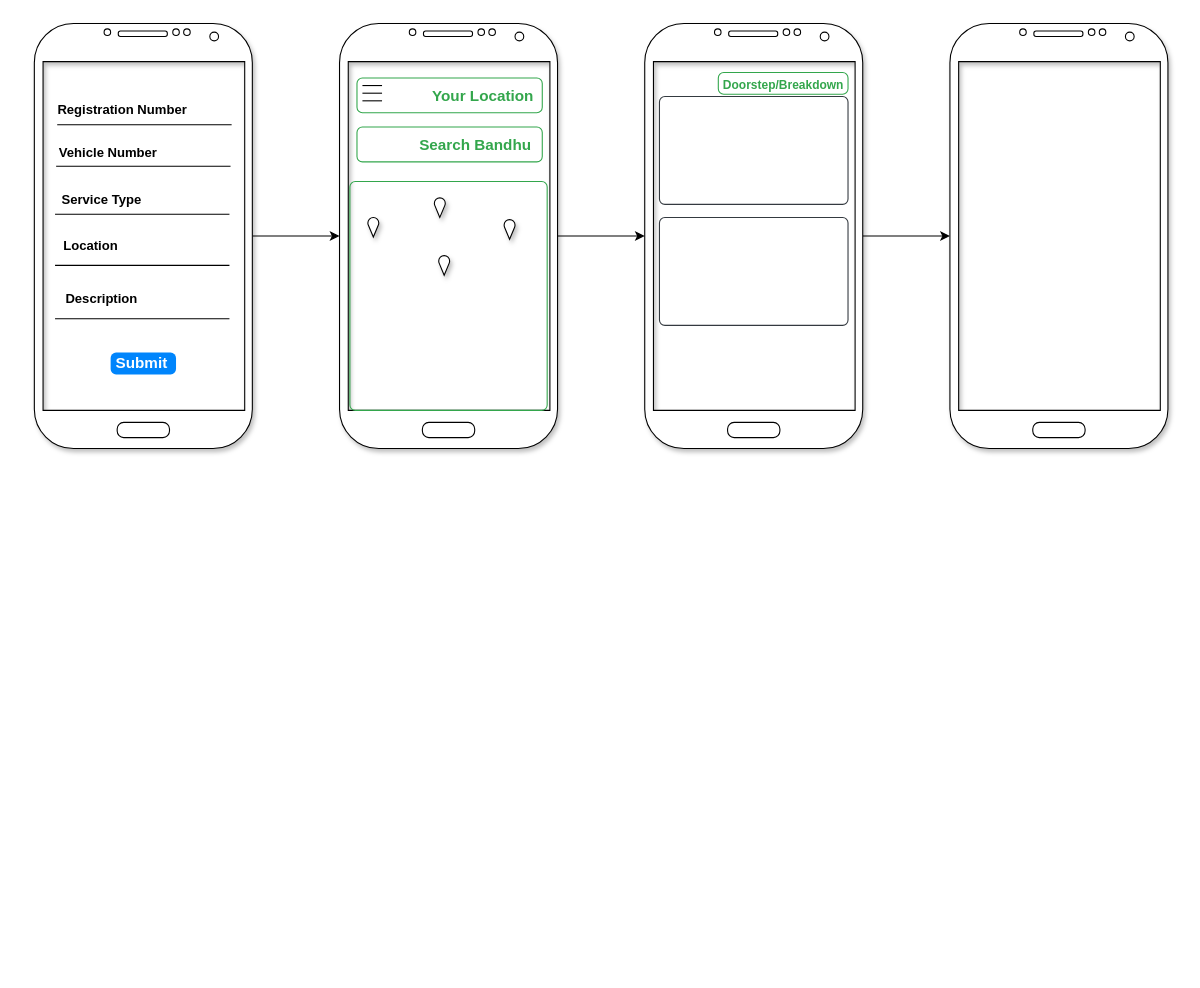
Before: Untitled Diagram.drawio in YashikMendon99/taskinductionday2, a draw.io diagram. Source tidied: cells renumbered, new cells numbered last; positions are measured from the earlier drawing's top-left corner, leaving out a move shared by most shapes. Both pictures are drawn from the tidied source at 109%, with x=0, y=0 at pixel (23, 23).
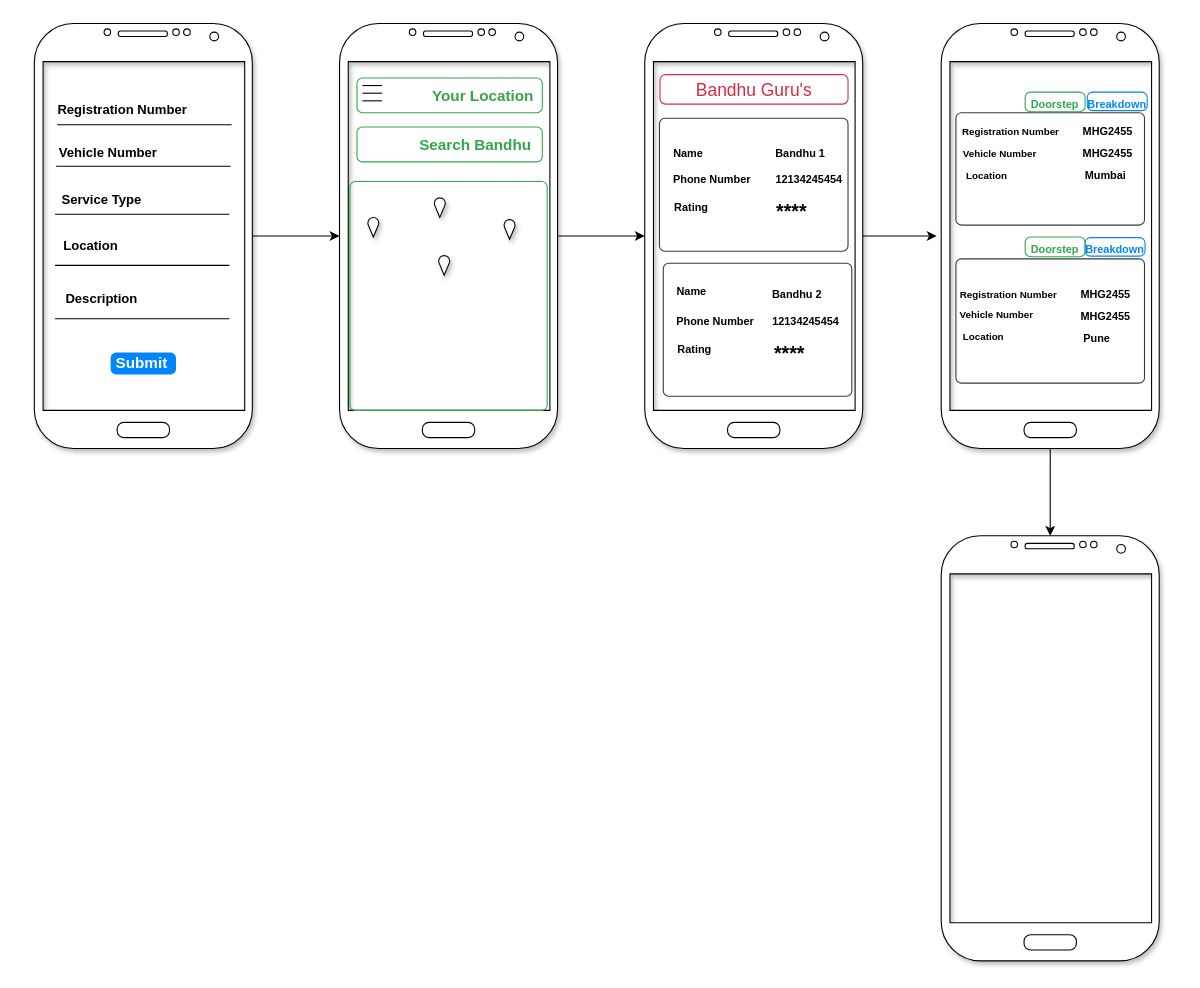
The same diagram, later.

The change refers to these unchanged cells:
```xml
<mxCell id="7" style="verticalLabelPosition=bottom;verticalAlign=top;html=1;shadow=1;dashed=0;strokeWidth=1;shape=mxgraph.android.phone2;strokeColor=#000000;" parent="1" vertex="1">
  <mxGeometry x="570" width="200" height="390" as="geometry" />
</mxCell>
```

What changed in the source:
```diff
@@
-    <mxCell id="6" style="edgeStyle=orthogonalEdgeStyle;rounded=0;jettySize=auto;html=1;fontSize=14;" parent="1" edge="1" source="7" target="25">
-      <mxGeometry relative="1" as="geometry" />
-    </mxCell>
+    <mxCell id="33" style="edgeStyle=orthogonalEdgeStyle;rounded=0;jettySize=auto;html=1;fontSize=9;entryX=-0.021;entryY=0.5;entryDx=0;entryDy=0;entryPerimeter=0;" parent="1" edge="1" source="7" target="36">
+      <mxGeometry relative="1" as="geometry" />
+    </mxCell>
@@
-    <mxCell id="25" style="verticalLabelPosition=bottom;verticalAlign=top;html=1;shadow=1;dashed=0;strokeWidth=1;shape=mxgraph.android.phone2;strokeColor=#000000;" parent="1" vertex="1">
-      <mxGeometry x="850" width="200" height="390" as="geometry" />
-    </mxCell>
@@
     <mxCell id="30" style="html=1;shadow=0;dashed=0;shape=mxgraph.bootstrap.rrect;rSize=5;strokeColor=#343A40;strokeWidth=1;fillColor=none;fontColor=#343A40;whiteSpace=wrap;align=center;verticalAlign=middle;spacingLeft=0;fontStyle=0;fontSize=16;spacing=5;" parent="1" vertex="1">
-      <mxGeometry x="583.5" y="67" width="173" height="99" as="geometry" />
+      <mxGeometry x="855.5" y="82" width="173" height="103" as="geometry" />
     </mxCell>
     <mxCell id="31" style="html=1;shadow=0;dashed=0;shape=mxgraph.bootstrap.rrect;rSize=5;strokeColor=#343A40;strokeWidth=1;fillColor=none;fontColor=#343A40;whiteSpace=wrap;align=center;verticalAlign=middle;spacingLeft=0;fontStyle=0;fontSize=16;spacing=5;" parent="1" vertex="1">
-      <mxGeometry x="583.5" y="178" width="173" height="99" as="geometry" />
+      <mxGeometry x="855.5" y="216" width="173" height="114" as="geometry" />
     </mxCell>
-    <mxCell id="32" value="&lt;font style=&quot;font-size: 11px;&quot;&gt;&lt;b&gt;Doorstep/Breakdown&lt;/b&gt;&lt;/font&gt;" style="html=1;shadow=0;dashed=0;shape=mxgraph.bootstrap.rrect;rSize=5;strokeColor=#33A64C;strokeWidth=1;fillColor=none;fontColor=#33A64C;whiteSpace=wrap;align=center;verticalAlign=middle;spacingLeft=0;fontStyle=0;fontSize=16;spacing=5;" parent="1" vertex="1">
-      <mxGeometry x="637.5" y="45" width="119" height="20" as="geometry" />
+    <mxCell id="32" value="&lt;font style=&quot;font-size: 10px;&quot;&gt;&lt;b style=&quot;&quot;&gt;Doorstep&lt;/b&gt;&lt;/font&gt;" style="html=1;shadow=0;dashed=0;shape=mxgraph.bootstrap.rrect;rSize=5;strokeColor=#33A64C;strokeWidth=1;fillColor=none;fontColor=#33A64C;whiteSpace=wrap;align=center;verticalAlign=middle;spacingLeft=0;fontStyle=0;fontSize=16;spacing=5;" parent="1" vertex="1">
+      <mxGeometry x="919" y="63" width="55" height="18" as="geometry" />
     </mxCell>
+    <mxCell id="34" value="&lt;font style=&quot;font-size: 10px;&quot;&gt;&lt;b&gt;Breakdown&lt;/b&gt;&lt;/font&gt;" style="html=1;shadow=0;dashed=0;shape=mxgraph.bootstrap.rrect;rSize=5;strokeColor=#0085FC;strokeWidth=1;fillColor=none;fontColor=#0085FC;whiteSpace=wrap;align=center;verticalAlign=middle;spacingLeft=0;fontStyle=0;fontSize=16;spacing=5;" parent="1" vertex="1">
+      <mxGeometry x="974" y="196.5" width="55" height="17" as="geometry" />
+    </mxCell>
+    <mxCell id="35" style="edgeStyle=orthogonalEdgeStyle;rounded=0;jettySize=auto;html=1;fontSize=9;" parent="1" edge="1" source="36" target="66">
+      <mxGeometry relative="1" as="geometry" />
+    </mxCell>
+    <mxCell id="36" style="verticalLabelPosition=bottom;verticalAlign=top;html=1;shadow=1;dashed=0;strokeWidth=1;shape=mxgraph.android.phone2;strokeColor=#000000;" parent="1" vertex="1">
+      <mxGeometry x="842" width="200" height="390" as="geometry" />
+    </mxCell>
+    <mxCell id="37" style="html=1;shadow=0;dashed=0;shape=mxgraph.bootstrap.rrect;rSize=5;strokeColor=#343A40;strokeWidth=1;fillColor=none;fontColor=#343A40;whiteSpace=wrap;align=center;verticalAlign=middle;spacingLeft=0;fontStyle=0;fontSize=16;spacing=5;" parent="1" vertex="1">
+      <mxGeometry x="583.5" y="87" width="173" height="122" as="geometry" />
+    </mxCell>
+    <mxCell id="38" value="Bandhu Guru's" style="html=1;shadow=0;dashed=0;shape=mxgraph.bootstrap.rrect;rSize=5;strokeColor=#DB2843;strokeWidth=1;fillColor=none;fontColor=#DB2843;whiteSpace=wrap;align=center;verticalAlign=middle;spacingLeft=0;fontStyle=0;fontSize=16;spacing=5;" parent="1" vertex="1">
+      <mxGeometry x="584" y="47" width="172.5" height="27" as="geometry" />
+    </mxCell>
+    <mxCell id="39" value="&lt;b&gt;&lt;font style=&quot;font-size: 10px;&quot;&gt;Name&amp;nbsp;&amp;nbsp;&lt;/font&gt;&lt;/b&gt;" style="text;html=1;strokeColor=none;fillColor=none;align=center;verticalAlign=middle;whiteSpace=wrap;rounded=0;shadow=1;" parent="1" vertex="1">
+      <mxGeometry x="551" y="104" width="124" height="30" as="geometry" />
+    </mxCell>
+    <mxCell id="40" value="&lt;b&gt;&lt;font style=&quot;font-size: 10px;&quot;&gt;Phone Number&lt;/font&gt;&lt;/b&gt;" style="text;html=1;strokeColor=none;fillColor=none;align=center;verticalAlign=middle;whiteSpace=wrap;rounded=0;shadow=1;" parent="1" vertex="1">
+      <mxGeometry x="570" y="128" width="124" height="30" as="geometry" />
+    </mxCell>
+    <mxCell id="41" value="&lt;b&gt;&lt;font style=&quot;font-size: 10px;&quot;&gt;Rating&lt;/font&gt;&lt;/b&gt;" style="text;html=1;strokeColor=none;fillColor=none;align=center;verticalAlign=middle;whiteSpace=wrap;rounded=0;shadow=1;" parent="1" vertex="1">
+      <mxGeometry x="551" y="154" width="124" height="30" as="geometry" />
+    </mxCell>
+    <mxCell id="42" value="&lt;b&gt;&lt;font style=&quot;font-size: 10px;&quot;&gt;Bandhu 1&lt;/font&gt;&lt;/b&gt;" style="text;html=1;strokeColor=none;fillColor=none;align=center;verticalAlign=middle;whiteSpace=wrap;rounded=0;shadow=1;" parent="1" vertex="1">
+      <mxGeometry x="651" y="104" width="124" height="30" as="geometry" />
+    </mxCell>
+    <mxCell id="43" value="&lt;b&gt;&lt;font style=&quot;font-size: 10px;&quot;&gt;12134245454&lt;/font&gt;&lt;/b&gt;" style="text;html=1;strokeColor=none;fillColor=none;align=center;verticalAlign=middle;whiteSpace=wrap;rounded=0;shadow=1;" parent="1" vertex="1">
+      <mxGeometry x="659" y="128" width="124" height="30" as="geometry" />
+    </mxCell>
+    <mxCell id="44" value="&lt;b style=&quot;&quot;&gt;&lt;font style=&quot;font-size: 18px;&quot;&gt;****&lt;/font&gt;&lt;/b&gt;" style="text;html=1;strokeColor=none;fillColor=none;align=center;verticalAlign=middle;whiteSpace=wrap;rounded=0;shadow=1;" parent="1" vertex="1">
+      <mxGeometry x="643" y="158" width="124" height="30" as="geometry" />
+    </mxCell>
+    <mxCell id="45" style="html=1;shadow=0;dashed=0;shape=mxgraph.bootstrap.rrect;rSize=5;strokeColor=#343A40;strokeWidth=1;fillColor=none;fontColor=#343A40;whiteSpace=wrap;align=center;verticalAlign=middle;spacingLeft=0;fontStyle=0;fontSize=16;spacing=5;" parent="1" vertex="1">
+      <mxGeometry x="587" y="220" width="173" height="122" as="geometry" />
+    </mxCell>
+    <mxCell id="46" value="&lt;b&gt;&lt;font style=&quot;font-size: 10px;&quot;&gt;Name&amp;nbsp;&amp;nbsp;&lt;/font&gt;&lt;/b&gt;" style="text;html=1;strokeColor=none;fillColor=none;align=center;verticalAlign=middle;whiteSpace=wrap;rounded=0;shadow=1;" parent="1" vertex="1">
+      <mxGeometry x="554" y="231" width="124" height="30" as="geometry" />
+    </mxCell>
+    <mxCell id="47" value="&lt;b&gt;&lt;font style=&quot;font-size: 10px;&quot;&gt;Phone Number&lt;/font&gt;&lt;/b&gt;" style="text;html=1;strokeColor=none;fillColor=none;align=center;verticalAlign=middle;whiteSpace=wrap;rounded=0;shadow=1;" parent="1" vertex="1">
+      <mxGeometry x="573" y="258" width="124" height="30" as="geometry" />
+    </mxCell>
+    <mxCell id="48" value="&lt;b&gt;&lt;font style=&quot;font-size: 10px;&quot;&gt;Rating&lt;/font&gt;&lt;/b&gt;" style="text;html=1;strokeColor=none;fillColor=none;align=center;verticalAlign=middle;whiteSpace=wrap;rounded=0;shadow=1;" parent="1" vertex="1">
+      <mxGeometry x="554" y="284" width="124" height="30" as="geometry" />
+    </mxCell>
+    <mxCell id="49" value="&lt;b&gt;&lt;font style=&quot;font-size: 10px;&quot;&gt;Bandhu 2&lt;/font&gt;&lt;/b&gt;" style="text;html=1;strokeColor=none;fillColor=none;align=center;verticalAlign=middle;whiteSpace=wrap;rounded=0;shadow=1;" parent="1" vertex="1">
+      <mxGeometry x="648" y="233" width="124" height="30" as="geometry" />
+    </mxCell>
+    <mxCell id="50" value="&lt;b&gt;&lt;font style=&quot;font-size: 10px;&quot;&gt;12134245454&lt;/font&gt;&lt;/b&gt;" style="text;html=1;strokeColor=none;fillColor=none;align=center;verticalAlign=middle;whiteSpace=wrap;rounded=0;shadow=1;" parent="1" vertex="1">
+      <mxGeometry x="656" y="258" width="124" height="30" as="geometry" />
+    </mxCell>
+    <mxCell id="51" value="&lt;b style=&quot;&quot;&gt;&lt;font style=&quot;font-size: 18px;&quot;&gt;****&lt;/font&gt;&lt;/b&gt;" style="text;html=1;strokeColor=none;fillColor=none;align=center;verticalAlign=middle;whiteSpace=wrap;rounded=0;shadow=1;" parent="1" vertex="1">
+      <mxGeometry x="641" y="288" width="124" height="30" as="geometry" />
+    </mxCell>
+    <mxCell id="52" value="&lt;font style=&quot;font-size: 10px;&quot;&gt;&lt;b style=&quot;&quot;&gt;Doorstep&lt;/b&gt;&lt;/font&gt;" style="html=1;shadow=0;dashed=0;shape=mxgraph.bootstrap.rrect;rSize=5;strokeColor=#33A64C;strokeWidth=1;fillColor=none;fontColor=#33A64C;whiteSpace=wrap;align=center;verticalAlign=middle;spacingLeft=0;fontStyle=0;fontSize=16;spacing=5;" parent="1" vertex="1">
+      <mxGeometry x="919" y="196" width="55" height="18" as="geometry" />
+    </mxCell>
+    <mxCell id="53" value="&lt;font style=&quot;font-size: 10px;&quot;&gt;&lt;b&gt;Breakdown&lt;/b&gt;&lt;/font&gt;" style="html=1;shadow=0;dashed=0;shape=mxgraph.bootstrap.rrect;rSize=5;strokeColor=#0085FC;strokeWidth=1;fillColor=none;fontColor=#0085FC;whiteSpace=wrap;align=center;verticalAlign=middle;spacingLeft=0;fontStyle=0;fontSize=16;spacing=5;" parent="1" vertex="1">
+      <mxGeometry x="976" y="63" width="55" height="17" as="geometry" />
+    </mxCell>
+    <mxCell id="54" value="&lt;b&gt;&lt;font style=&quot;font-size: 9px;&quot;&gt;Registration Number&lt;/font&gt;&lt;/b&gt;" style="text;html=1;strokeColor=none;fillColor=none;align=center;verticalAlign=middle;whiteSpace=wrap;rounded=0;shadow=1;" parent="1" vertex="1">
+      <mxGeometry x="844" y="84" width="124" height="30" as="geometry" />
+    </mxCell>
+    <mxCell id="55" value="&lt;b&gt;&lt;font style=&quot;font-size: 9px;&quot;&gt;Vehicle Number&lt;/font&gt;&lt;/b&gt;" style="text;html=1;strokeColor=none;fillColor=none;align=center;verticalAlign=middle;whiteSpace=wrap;rounded=0;shadow=1;" parent="1" vertex="1">
+      <mxGeometry x="834" y="104" width="124" height="30" as="geometry" />
+    </mxCell>
+    <mxCell id="56" value="&lt;b&gt;&lt;font style=&quot;font-size: 9px;&quot;&gt;Location&lt;br&gt;&lt;/font&gt;&lt;br&gt;&lt;/b&gt;" style="text;html=1;strokeColor=none;fillColor=none;align=center;verticalAlign=middle;whiteSpace=wrap;rounded=0;shadow=1;" parent="1" vertex="1">
+      <mxGeometry x="822" y="131" width="124" height="30" as="geometry" />
+    </mxCell>
+    <mxCell id="57" value="&lt;b&gt;&lt;font style=&quot;font-size: 9px;&quot;&gt;Registration Number&lt;/font&gt;&lt;/b&gt;" style="text;html=1;strokeColor=none;fillColor=none;align=center;verticalAlign=middle;whiteSpace=wrap;rounded=0;shadow=1;" parent="1" vertex="1">
+      <mxGeometry x="842" y="233" width="124" height="30" as="geometry" />
+    </mxCell>
+    <mxCell id="58" value="&lt;b&gt;&lt;font style=&quot;font-size: 9px;&quot;&gt;Vehicle Number&lt;/font&gt;&lt;/b&gt;" style="text;html=1;strokeColor=none;fillColor=none;align=center;verticalAlign=middle;whiteSpace=wrap;rounded=0;shadow=1;" parent="1" vertex="1">
+      <mxGeometry x="831" y="252" width="124" height="30" as="geometry" />
+    </mxCell>
+    <mxCell id="59" value="&lt;b&gt;&lt;font style=&quot;font-size: 9px;&quot;&gt;Location&lt;br&gt;&lt;/font&gt;&lt;br&gt;&lt;/b&gt;" style="text;html=1;strokeColor=none;fillColor=none;align=center;verticalAlign=middle;whiteSpace=wrap;rounded=0;shadow=1;" parent="1" vertex="1">
+      <mxGeometry x="819" y="279" width="124" height="30" as="geometry" />
+    </mxCell>
+    <mxCell id="60" value="&lt;font size=&quot;1&quot;&gt;&lt;b&gt;MHG2455&lt;/b&gt;&lt;/font&gt;" style="text;html=1;strokeColor=none;fillColor=none;align=center;verticalAlign=middle;whiteSpace=wrap;rounded=0;shadow=1;" parent="1" vertex="1">
+      <mxGeometry x="933" y="84" width="124" height="30" as="geometry" />
+    </mxCell>
+    <mxCell id="61" value="&lt;font size=&quot;1&quot;&gt;&lt;b&gt;MHG2455&lt;/b&gt;&lt;/font&gt;" style="text;html=1;strokeColor=none;fillColor=none;align=center;verticalAlign=middle;whiteSpace=wrap;rounded=0;shadow=1;" parent="1" vertex="1">
+      <mxGeometry x="933" y="104" width="124" height="30" as="geometry" />
+    </mxCell>
+    <mxCell id="62" value="&lt;font size=&quot;1&quot;&gt;&lt;b&gt;Mumbai&lt;/b&gt;&lt;/font&gt;" style="text;html=1;strokeColor=none;fillColor=none;align=center;verticalAlign=middle;whiteSpace=wrap;rounded=0;shadow=1;" parent="1" vertex="1">
+      <mxGeometry x="931" y="124" width="124" height="30" as="geometry" />
+    </mxCell>
+    <mxCell id="63" value="&lt;font size=&quot;1&quot;&gt;&lt;b&gt;MHG2455&lt;/b&gt;&lt;/font&gt;" style="text;html=1;strokeColor=none;fillColor=none;align=center;verticalAlign=middle;whiteSpace=wrap;rounded=0;shadow=1;" parent="1" vertex="1">
+      <mxGeometry x="931" y="233" width="124" height="30" as="geometry" />
+    </mxCell>
+    <mxCell id="64" value="&lt;font size=&quot;1&quot;&gt;&lt;b&gt;MHG2455&lt;/b&gt;&lt;/font&gt;" style="text;html=1;strokeColor=none;fillColor=none;align=center;verticalAlign=middle;whiteSpace=wrap;rounded=0;shadow=1;" parent="1" vertex="1">
+      <mxGeometry x="931" y="254" width="124" height="30" as="geometry" />
+    </mxCell>
+    <mxCell id="65" value="&lt;font size=&quot;1&quot;&gt;&lt;b&gt;Pune&lt;/b&gt;&lt;/font&gt;" style="text;html=1;strokeColor=none;fillColor=none;align=center;verticalAlign=middle;whiteSpace=wrap;rounded=0;shadow=1;" parent="1" vertex="1">
+      <mxGeometry x="923" y="274" width="124" height="30" as="geometry" />
+    </mxCell>
+    <mxCell id="66" style="verticalLabelPosition=bottom;verticalAlign=top;html=1;shadow=1;dashed=0;strokeWidth=1;shape=mxgraph.android.phone2;strokeColor=#000000;" parent="1" vertex="1">
+      <mxGeometry x="842" y="470" width="200" height="390" as="geometry" />
+    </mxCell>
```
